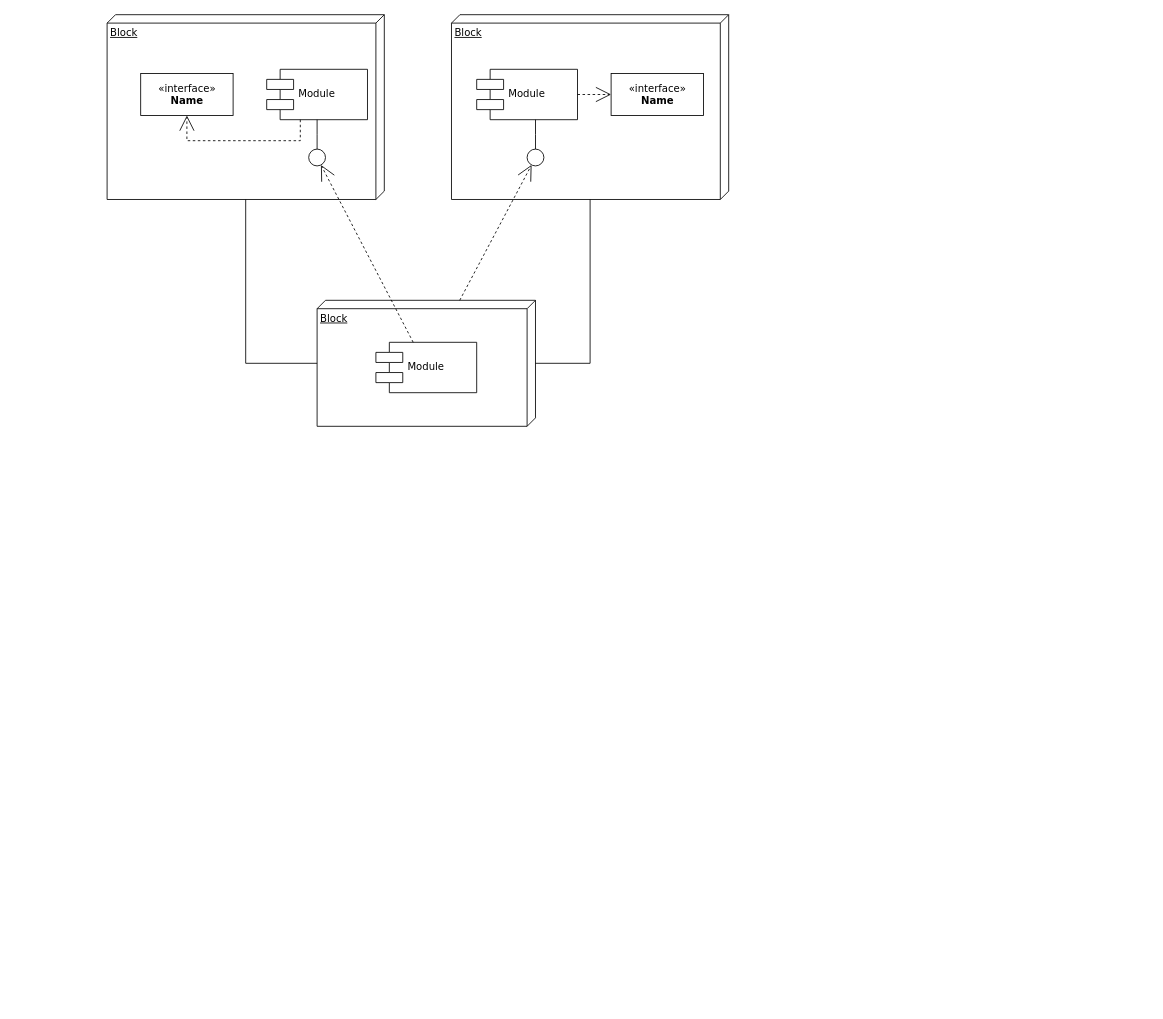
The draw.io diagram Untitled Diagram.drawio in JohanHeyvaert/testrepo, before the edit. Source tidied: cells renumbered, new cells numbered last; positions are measured from the earlier drawing's top-left corner, leaving out a move shared by most shapes. Both pictures are drawn from the tidied source at 84%, with x=0, y=0 at pixel (107, 14).
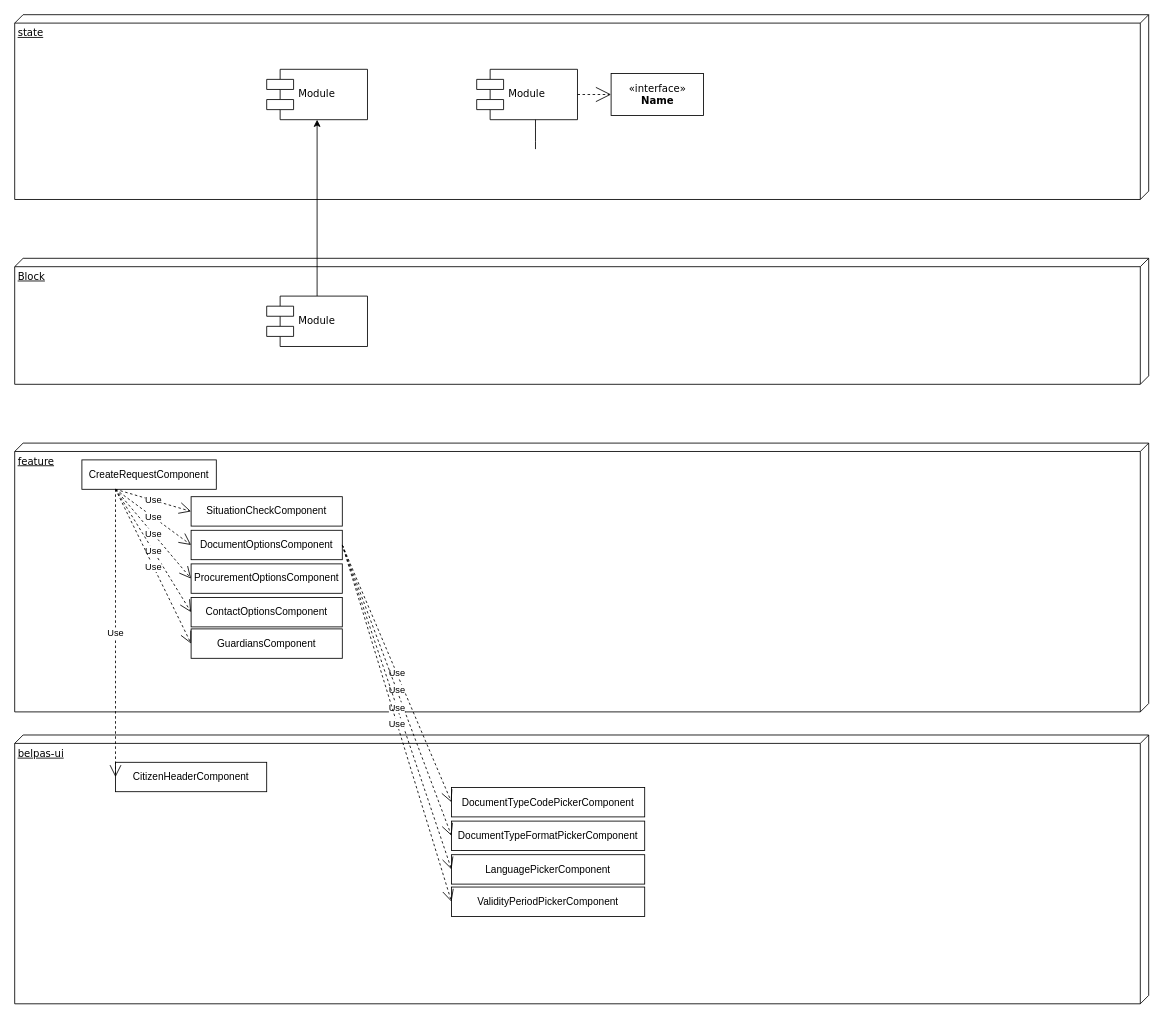
The same page after the edit.

What changed in the source:
```diff
@@
+    <mxCell id="20" value="belpas-ui" style="verticalAlign=top;align=left;spacingTop=8;spacingLeft=2;spacingRight=12;shape=cube;size=10;direction=south;fontStyle=4;html=1;shadow=0;comic=0;labelBackgroundColor=none;strokeWidth=1;fontFamily=Verdana;fontSize=12;" parent="1" vertex="1">
+      <mxGeometry x="-110" y="857.5" width="1350" height="320" as="geometry" />
+    </mxCell>
-    <mxCell id="2" value="Block" style="verticalAlign=top;align=left;spacingTop=8;spacingLeft=2;spacingRight=12;shape=cube;size=10;direction=south;fontStyle=4;html=1;rounded=0;shadow=0;comic=0;labelBackgroundColor=none;strokeWidth=1;fontFamily=Verdana;fontSize=12;" parent="1" vertex="1">
-      <mxGeometry width="330" height="220" as="geometry" />
+    <mxCell id="2" value="state" style="verticalAlign=top;align=left;spacingTop=8;spacingLeft=2;spacingRight=12;shape=cube;size=10;direction=south;fontStyle=4;html=1;shadow=0;comic=0;labelBackgroundColor=none;strokeWidth=1;fontFamily=Verdana;fontSize=12;" parent="1" vertex="1">
+      <mxGeometry x="-110" width="1350" height="220" as="geometry" />
     </mxCell>
-    <mxCell id="3" value="Block" style="verticalAlign=top;align=left;spacingTop=8;spacingLeft=2;spacingRight=12;shape=cube;size=10;direction=south;fontStyle=4;html=1;rounded=0;shadow=0;comic=0;labelBackgroundColor=none;strokeWidth=1;fontFamily=Verdana;fontSize=12;" parent="1" vertex="1">
-      <mxGeometry x="410" width="330" height="220" as="geometry" />
+    <mxCell id="3" value="feature" style="verticalAlign=top;align=left;spacingTop=8;spacingLeft=2;spacingRight=12;shape=cube;size=10;direction=south;fontStyle=4;html=1;shadow=0;comic=0;labelBackgroundColor=none;strokeWidth=1;fontFamily=Verdana;fontSize=12;" parent="1" vertex="1">
+      <mxGeometry x="-110" y="510" width="1350" height="320" as="geometry" />
     </mxCell>
-    <mxCell id="4" value="Block" style="verticalAlign=top;align=left;spacingTop=8;spacingLeft=2;spacingRight=12;shape=cube;size=10;direction=south;fontStyle=4;html=1;rounded=0;shadow=0;comic=0;labelBackgroundColor=none;strokeWidth=1;fontFamily=Verdana;fontSize=12;" parent="1" vertex="1">
-      <mxGeometry x="250" y="340" width="260" height="150" as="geometry" />
+    <mxCell id="4" value="Block" style="verticalAlign=top;align=left;spacingTop=8;spacingLeft=2;spacingRight=12;shape=cube;size=10;direction=south;fontStyle=4;html=1;shadow=0;comic=0;labelBackgroundColor=none;strokeWidth=1;fontFamily=Verdana;fontSize=12;" parent="1" vertex="1">
+      <mxGeometry x="-110" y="290" width="1350" height="150" as="geometry" />
     </mxCell>
-    <mxCell id="5" value="&amp;laquo;interface&amp;raquo;&lt;br&gt;&lt;b&gt;Name&lt;/b&gt;" style="html=1;rounded=0;shadow=0;comic=0;labelBackgroundColor=none;strokeWidth=1;fontFamily=Verdana;fontSize=12;align=center;" parent="1" vertex="1">
-      <mxGeometry x="40" y="70" width="110" height="50" as="geometry" />
-    </mxCell>
-    <mxCell id="6" value="Module" style="shape=component;align=left;spacingLeft=36;rounded=0;shadow=0;comic=0;labelBackgroundColor=none;strokeWidth=1;fontFamily=Verdana;fontSize=12;html=1;" parent="1" vertex="1">
+    <mxCell id="6" value="Module" style="shape=component;align=left;spacingLeft=36;shadow=0;comic=0;labelBackgroundColor=none;strokeWidth=1;fontFamily=Verdana;fontSize=12;html=1;" parent="1" vertex="1">
       <mxGeometry x="190" y="65" width="120" height="60" as="geometry" />
     </mxCell>
-    <mxCell id="7" style="ellipse;whiteSpace=wrap;html=1;rounded=0;shadow=0;comic=0;labelBackgroundColor=none;strokeWidth=1;fontFamily=Verdana;fontSize=12;align=center;" parent="1" vertex="1">
-      <mxGeometry x="240" y="160" width="20" height="20" as="geometry" />
-    </mxCell>
-    <mxCell id="8" value="Module" style="shape=component;align=left;spacingLeft=36;rounded=0;shadow=0;comic=0;labelBackgroundColor=none;strokeWidth=1;fontFamily=Verdana;fontSize=12;html=1;" parent="1" vertex="1">
+    <mxCell id="8" value="Module" style="shape=component;align=left;spacingLeft=36;shadow=0;comic=0;labelBackgroundColor=none;strokeWidth=1;fontFamily=Verdana;fontSize=12;html=1;" parent="1" vertex="1">
       <mxGeometry x="440" y="65" width="120" height="60" as="geometry" />
     </mxCell>
-    <mxCell id="9" value="&amp;laquo;interface&amp;raquo;&lt;br&gt;&lt;b&gt;Name&lt;/b&gt;" style="html=1;rounded=0;shadow=0;comic=0;labelBackgroundColor=none;strokeWidth=1;fontFamily=Verdana;fontSize=12;align=center;" parent="1" vertex="1">
+    <mxCell id="9" value="&amp;laquo;interface&amp;raquo;&lt;br&gt;&lt;b&gt;Name&lt;/b&gt;" style="html=1;shadow=0;comic=0;labelBackgroundColor=none;strokeWidth=1;fontFamily=Verdana;fontSize=12;align=center;" parent="1" vertex="1">
       <mxGeometry x="600" y="70" width="110" height="50" as="geometry" />
     </mxCell>
-    <mxCell id="10" style="ellipse;whiteSpace=wrap;html=1;rounded=0;shadow=0;comic=0;labelBackgroundColor=none;strokeWidth=1;fontFamily=Verdana;fontSize=12;align=center;" parent="1" vertex="1">
-      <mxGeometry x="500" y="160" width="20" height="20" as="geometry" />
-    </mxCell>
+    <mxCell id="21" style="edgeStyle=orthogonalEdgeStyle;curved=0;rounded=1;sketch=0;jettySize=auto;html=1;exitX=0.5;exitY=0;exitDx=0;exitDy=0;" parent="1" edge="1" source="11" target="6">
+      <mxGeometry relative="1" as="geometry" />
+    </mxCell>
-    <mxCell id="11" value="Module" style="shape=component;align=left;spacingLeft=36;rounded=0;shadow=0;comic=0;labelBackgroundColor=none;strokeWidth=1;fontFamily=Verdana;fontSize=12;html=1;" parent="1" vertex="1">
-      <mxGeometry x="320" y="390" width="120" height="60" as="geometry" />
+    <mxCell id="11" value="Module" style="shape=component;align=left;spacingLeft=36;shadow=0;comic=0;labelBackgroundColor=none;strokeWidth=1;fontFamily=Verdana;fontSize=12;html=1;" parent="1" vertex="1">
+      <mxGeometry x="190" y="335" width="120" height="60" as="geometry" />
     </mxCell>
-    <mxCell id="12" style="edgeStyle=none;rounded=0;html=1;dashed=1;labelBackgroundColor=none;startArrow=none;startFill=0;startSize=8;endArrow=open;endFill=0;endSize=16;fontFamily=Verdana;fontSize=12;" parent="1" edge="1" source="11" target="7">
-      <mxGeometry relative="1" as="geometry" />
-    </mxCell>
-    <mxCell id="13" style="edgeStyle=none;rounded=0;html=1;dashed=1;labelBackgroundColor=none;startArrow=none;startFill=0;startSize=8;endArrow=open;endFill=0;endSize=16;fontFamily=Verdana;fontSize=12;" parent="1" edge="1" source="4" target="10">
-      <mxGeometry relative="1" as="geometry" />
-    </mxCell>
-    <mxCell id="14" style="edgeStyle=elbowEdgeStyle;rounded=0;html=1;labelBackgroundColor=none;startArrow=none;startFill=0;startSize=8;endArrow=none;endFill=0;endSize=16;fontFamily=Verdana;fontSize=12;" parent="1" edge="1" source="10" target="8">
-      <mxGeometry relative="1" as="geometry" />
+    <mxCell id="14" style="edgeStyle=elbowEdgeStyle;html=1;labelBackgroundColor=none;startArrow=none;startFill=0;startSize=8;endArrow=none;endFill=0;endSize=16;fontFamily=Verdana;fontSize=12;" parent="1" edge="1" target="8">
+      <mxGeometry relative="1" as="geometry">
+        <mxPoint x="510" y="160" as="sourcePoint" />
+      </mxGeometry>
     </mxCell>
-    <mxCell id="15" style="edgeStyle=elbowEdgeStyle;rounded=0;html=1;labelBackgroundColor=none;startArrow=none;startFill=0;startSize=8;endArrow=none;endFill=0;endSize=16;fontFamily=Verdana;fontSize=12;" parent="1" edge="1" source="7" target="6">
-      <mxGeometry relative="1" as="geometry" />
-    </mxCell>
-    <mxCell id="16" style="edgeStyle=orthogonalEdgeStyle;rounded=0;html=1;labelBackgroundColor=none;startArrow=none;startFill=0;startSize=8;endArrow=open;endFill=0;endSize=16;fontFamily=Verdana;fontSize=12;dashed=1;" parent="1" edge="1" source="6" target="5">
-      <mxGeometry relative="1" as="geometry">
-        <Array as="points">
-          <mxPoint x="230" y="150" />
-          <mxPoint x="95" y="150" />
-        </Array>
-      </mxGeometry>
-    </mxCell>
-    <mxCell id="17" style="edgeStyle=orthogonalEdgeStyle;rounded=0;html=1;dashed=1;labelBackgroundColor=none;startArrow=none;startFill=0;startSize=8;endArrow=open;endFill=0;endSize=16;fontFamily=Verdana;fontSize=12;" parent="1" edge="1" source="8" target="9">
+    <mxCell id="17" style="edgeStyle=orthogonalEdgeStyle;html=1;dashed=1;labelBackgroundColor=none;startArrow=none;startFill=0;startSize=8;endArrow=open;endFill=0;endSize=16;fontFamily=Verdana;fontSize=12;" parent="1" edge="1" source="8" target="9">
       <mxGeometry relative="1" as="geometry" />
     </mxCell>
-    <mxCell id="18" style="edgeStyle=orthogonalEdgeStyle;rounded=0;html=1;labelBackgroundColor=none;startArrow=none;startFill=0;startSize=8;endArrow=none;endFill=0;endSize=16;fontFamily=Verdana;fontSize=12;" parent="1" edge="1" source="4" target="3">
-      <mxGeometry relative="1" as="geometry">
-        <Array as="points">
-          <mxPoint x="575" y="415" />
-        </Array>
-      </mxGeometry>
-    </mxCell>
-    <mxCell id="19" style="edgeStyle=orthogonalEdgeStyle;rounded=0;html=1;labelBackgroundColor=none;startArrow=none;startFill=0;startSize=8;endArrow=none;endFill=0;endSize=16;fontFamily=Verdana;fontSize=12;" parent="1" edge="1" source="4" target="2">
-      <mxGeometry relative="1" as="geometry">
-        <Array as="points">
-          <mxPoint x="165" y="415" />
-        </Array>
-      </mxGeometry>
-    </mxCell>
+    <mxCell id="22" value="CreateRequestComponent" style="rounded=0;whiteSpace=wrap;html=1;sketch=0;" parent="1" vertex="1">
+      <mxGeometry x="-30" y="530" width="160" height="35" as="geometry" />
+    </mxCell>
+    <mxCell id="23" value="DocumentOptionsComponent" style="rounded=0;whiteSpace=wrap;html=1;sketch=0;" parent="1" vertex="1">
+      <mxGeometry x="100" y="613.8" width="180" height="35" as="geometry" />
+    </mxCell>
+    <mxCell id="24" value="SituationCheckComponent" style="rounded=0;whiteSpace=wrap;html=1;sketch=0;" parent="1" vertex="1">
+      <mxGeometry x="100" y="573.8" width="180" height="35" as="geometry" />
+    </mxCell>
+    <mxCell id="25" value="Use" style="endArrow=open;endSize=12;dashed=1;html=1;entryX=0;entryY=0.5;entryDx=0;entryDy=0;exitX=0.25;exitY=1;exitDx=0;exitDy=0;" parent="1" edge="1" source="22" target="24">
+      <mxGeometry relative="1" as="geometry" />
+    </mxCell>
+    <mxCell id="26" value="Use" style="endArrow=open;endSize=12;dashed=1;html=1;entryX=0;entryY=0.5;entryDx=0;entryDy=0;exitX=0.25;exitY=1;exitDx=0;exitDy=0;" parent="1" edge="1" source="22" target="23">
+      <mxGeometry relative="1" as="geometry" />
+    </mxCell>
+    <mxCell id="27" value="ProcurementOptionsComponent" style="rounded=0;whiteSpace=wrap;html=1;sketch=0;" parent="1" vertex="1">
+      <mxGeometry x="100" y="653.8" width="180" height="35" as="geometry" />
+    </mxCell>
+    <mxCell id="28" value="Use" style="endArrow=open;endSize=12;dashed=1;html=1;entryX=0;entryY=0.5;entryDx=0;entryDy=0;exitX=0.25;exitY=1;exitDx=0;exitDy=0;" parent="1" edge="1" source="22" target="27">
+      <mxGeometry relative="1" as="geometry" />
+    </mxCell>
+    <mxCell id="29" value="CitizenHeaderComponent" style="rounded=0;whiteSpace=wrap;html=1;sketch=0;" parent="1" vertex="1">
+      <mxGeometry x="10" y="890" width="180" height="35" as="geometry" />
+    </mxCell>
+    <mxCell id="30" value="Use" style="endArrow=open;endSize=12;dashed=1;html=1;entryX=0;entryY=0.5;entryDx=0;entryDy=0;exitX=0.25;exitY=1;exitDx=0;exitDy=0;" parent="1" edge="1" source="22" target="29">
+      <mxGeometry relative="1" as="geometry" />
+    </mxCell>
+    <mxCell id="31" value="ContactOptionsComponent" style="rounded=0;whiteSpace=wrap;html=1;sketch=0;" parent="1" vertex="1">
+      <mxGeometry x="100" y="693.8" width="180" height="35" as="geometry" />
+    </mxCell>
+    <mxCell id="32" value="Use" style="endArrow=open;endSize=12;dashed=1;html=1;entryX=0;entryY=0.5;entryDx=0;entryDy=0;exitX=0.25;exitY=1;exitDx=0;exitDy=0;" parent="1" edge="1" source="22" target="31">
+      <mxGeometry relative="1" as="geometry" />
+    </mxCell>
+    <mxCell id="33" value="GuardiansComponent" style="rounded=0;whiteSpace=wrap;html=1;sketch=0;" parent="1" vertex="1">
+      <mxGeometry x="100" y="731.2" width="180" height="35" as="geometry" />
+    </mxCell>
+    <mxCell id="34" value="DocumentTypeCodePickerComponent" style="rounded=0;whiteSpace=wrap;html=1;sketch=0;" parent="1" vertex="1">
+      <mxGeometry x="410" y="920" width="230" height="35" as="geometry" />
+    </mxCell>
+    <mxCell id="35" value="DocumentTypeFormatPickerComponent" style="rounded=0;whiteSpace=wrap;html=1;sketch=0;" parent="1" vertex="1">
+      <mxGeometry x="410" y="960" width="230" height="35" as="geometry" />
+    </mxCell>
+    <mxCell id="36" value="LanguagePickerComponent" style="rounded=0;whiteSpace=wrap;html=1;sketch=0;" parent="1" vertex="1">
+      <mxGeometry x="410" y="1000" width="230" height="35" as="geometry" />
+    </mxCell>
+    <mxCell id="37" value="ValidityPeriodPickerComponent" style="rounded=0;whiteSpace=wrap;html=1;sketch=0;" parent="1" vertex="1">
+      <mxGeometry x="410" y="1038.5" width="230" height="35" as="geometry" />
+    </mxCell>
+    <mxCell id="38" value="Use" style="endArrow=open;endSize=12;dashed=1;html=1;entryX=0;entryY=0.5;entryDx=0;entryDy=0;exitX=1;exitY=0.5;exitDx=0;exitDy=0;" parent="1" edge="1" source="23" target="34">
+      <mxGeometry relative="1" as="geometry" />
+    </mxCell>
+    <mxCell id="39" value="Use" style="endArrow=open;endSize=12;dashed=1;html=1;entryX=0;entryY=0.5;entryDx=0;entryDy=0;exitX=1;exitY=0.5;exitDx=0;exitDy=0;" parent="1" edge="1" source="23" target="35">
+      <mxGeometry relative="1" as="geometry" />
+    </mxCell>
+    <mxCell id="40" value="Use" style="endArrow=open;endSize=12;dashed=1;html=1;entryX=0;entryY=0.5;entryDx=0;entryDy=0;exitX=1;exitY=0.5;exitDx=0;exitDy=0;" parent="1" edge="1" source="23" target="36">
+      <mxGeometry relative="1" as="geometry" />
+    </mxCell>
+    <mxCell id="41" value="Use" style="endArrow=open;endSize=12;dashed=1;html=1;entryX=0;entryY=0.5;entryDx=0;entryDy=0;exitX=1;exitY=0.5;exitDx=0;exitDy=0;" parent="1" edge="1" source="23" target="37">
+      <mxGeometry relative="1" as="geometry" />
+    </mxCell>
+    <mxCell id="42" value="Use" style="endArrow=open;endSize=12;dashed=1;html=1;entryX=0;entryY=0.5;entryDx=0;entryDy=0;exitX=0.25;exitY=1;exitDx=0;exitDy=0;" parent="1" edge="1" source="22" target="33">
+      <mxGeometry relative="1" as="geometry" />
+    </mxCell>
```
